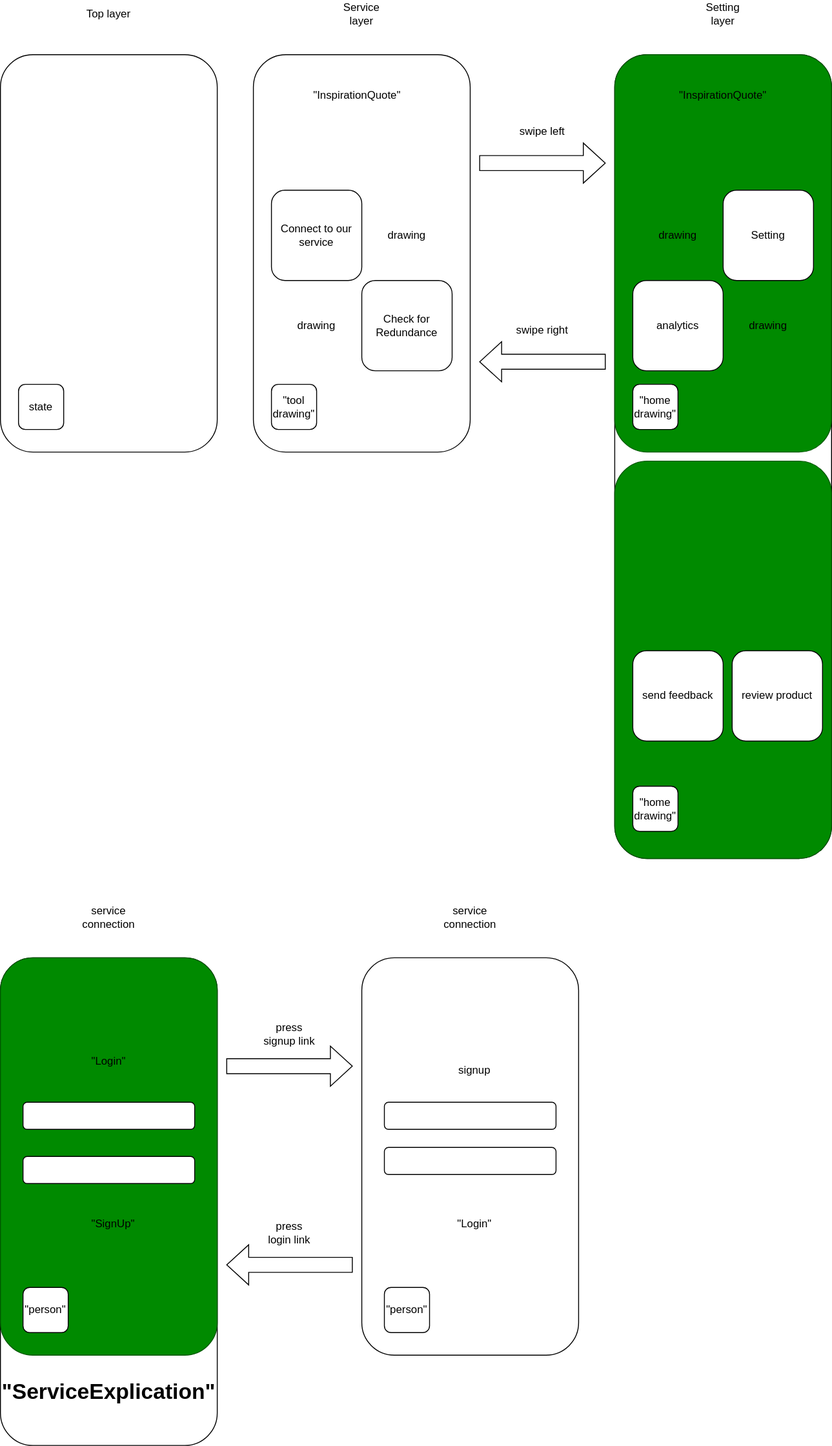
This is RoughDraftFrontend.drawio.svg from MAUI-SI-IOS/Dupe, a draw.io export, as it was before one commit. Source tidied: cells renumbered, new cells last; positions are measured from the earlier drawing's top-left corner, leaving out a move shared by most shapes.
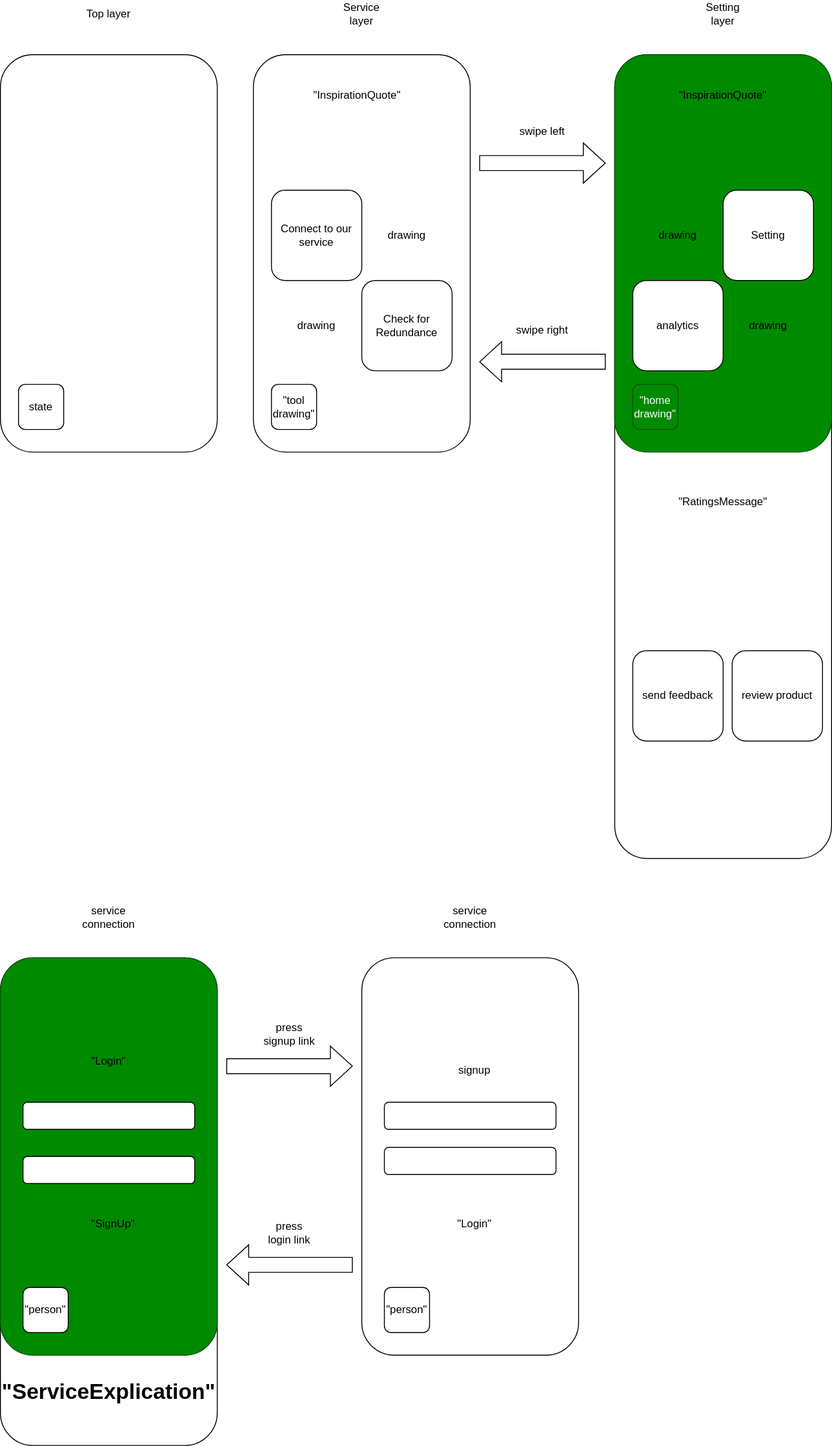
After the change.

Commit message:
Mettre à jour RoughDraftFrontend.drawio.svg

What changed in the source:
```diff
@@ -17,9 +17,6 @@
     <mxCell id="6" style="rounded=1;whiteSpace=wrap;html=1;fillColor=#008a00;fontColor=#ffffff;strokeColor=#005700;" parent="1" vertex="1">
       <mxGeometry x="680" y="60" width="240" height="440" as="geometry" />
     </mxCell>
-    <mxCell id="7" style="rounded=1;whiteSpace=wrap;html=1;fillColor=#008a00;fontColor=#ffffff;strokeColor=#005700;" parent="1" vertex="1">
-      <mxGeometry x="680" y="510" width="240" height="440" as="geometry" />
-    </mxCell>
     <mxCell id="8" value="Setting" style="rounded=1;whiteSpace=wrap;html=1;" parent="1" vertex="1">
       <mxGeometry x="800" y="210" width="100" height="100" as="geometry" />
     </mxCell>
@@ -62,7 +59,7 @@
     <mxCell id="21" value="&quot;tool drawing&quot;" style="rounded=1;whiteSpace=wrap;html=1;" parent="1" vertex="1">
       <mxGeometry x="300" y="425" width="50" height="50" as="geometry" />
     </mxCell>
-    <mxCell id="22" value="&quot;home drawing&quot;" style="rounded=1;whiteSpace=wrap;html=1;" parent="1" vertex="1">
+    <mxCell id="22" value="&quot;home drawing&quot;" style="rounded=1;whiteSpace=wrap;html=1;fillColor=#008a00;fontColor=#ffffff;strokeColor=light-dark(#005700, #ffffff);" parent="1" vertex="1">
       <mxGeometry x="700" y="425" width="50" height="50" as="geometry" />
     </mxCell>
     <mxCell id="23" style="shape=flexArrow;endArrow=classic;html=1;rounded=0;endWidth=26.857142857142858;endSize=7.76;width=16.571428571428573;" parent="1" edge="1">
@@ -158,8 +155,8 @@
     <mxCell id="49" value="send feedback" style="rounded=1;whiteSpace=wrap;html=1;" parent="1" vertex="1">
       <mxGeometry x="700" y="720" width="100" height="100" as="geometry" />
     </mxCell>
-    <mxCell id="50" value="&quot;home drawing&quot;" style="rounded=1;whiteSpace=wrap;html=1;" parent="1" vertex="1">
-      <mxGeometry x="700" y="870" width="50" height="50" as="geometry" />
-    </mxCell>
+    <mxCell id="51" value="&quot;RatingsMessage&quot;" style="text;html=1;whiteSpace=wrap;strokeColor=none;fillColor=none;align=center;verticalAlign=middle;rounded=0;" parent="1" vertex="1">
+      <mxGeometry x="705" y="540" width="190" height="30" as="geometry" />
+    </mxCell>
   </root>
 </mxGraphModel>
```
